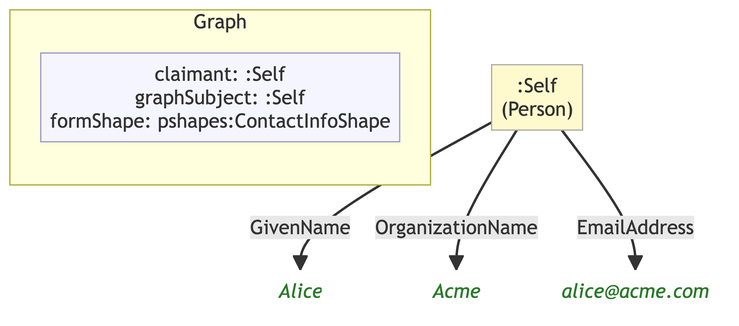
Before: example/graphs/images/graph-48.png, a diagram exported from Mermaid (MeeFoundation/mia-ontologies). Its source is kept beside it as example/graphs/images/graph-48.mmd. Its diagram source:
```mermaid
flowchart TD
    classDef person fill:#fffacd,stroke:#aaa,color:#333
    classDef org    fill:#cce5ff,stroke:#aaa,color:#333
    classDef service fill:#e6e6e6,stroke:#aaa,color:#333
    classDef lit    fill:none,stroke:none,font-style:italic,color:#2a7a2a
    classDef meta   fill:#f5f5ff,stroke:#9999cc,color:#333

    subgraph ctx["Graph"]
        direction LR
        ctx_meta["claimant: :Self\ngraphSubject: :Self\nformShape: pshapes:ContactInfoShape"]:::meta
    end

    n655e442e50be[":Self\n(Person)"]:::person
    n300a35fdca30("Alice"):::lit
    n44008885b434("Acme"):::lit
    n46a28bec9b2f("alice@acme.com"):::lit

    n655e442e50be -->|"GivenName"| n300a35fdca30
    n655e442e50be -->|"OrganizationName"| n44008885b434
    n655e442e50be -->|"EmailAddress"| n46a28bec9b2f
```
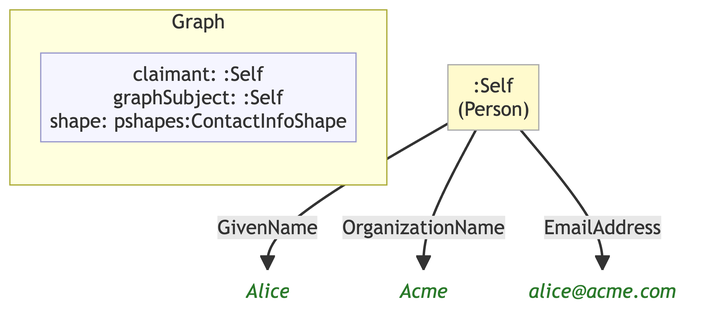
Above is the later version.

The edit, as a diff of the source:
```diff
@@ -7,14 +7,14 @@
 
     subgraph ctx["Graph"]
         direction LR
-        ctx_meta["claimant: :Self\ngraphSubject: :Self\nformShape: pshapes:ContactInfoShape"]:::meta
+        ctx_meta["claimant: :Self\ngraphSubject: :Self\nshape: pshapes:ContactInfoShape"]:::meta
     end
 
     n655e442e50be[":Self\n(Person)"]:::person
-    n300a35fdca30("Alice"):::lit
-    n44008885b434("Acme"):::lit
-    n46a28bec9b2f("alice@acme.com"):::lit
+    na47d9261e97b("Alice"):::lit
+    ne291d4ac7934("Acme"):::lit
+    ne3b8ca9780a5("alice@acme.com"):::lit
 
-    n655e442e50be -->|"GivenName"| n300a35fdca30
-    n655e442e50be -->|"OrganizationName"| n44008885b434
-    n655e442e50be -->|"EmailAddress"| n46a28bec9b2f
+    n655e442e50be -->|"GivenName"| na47d9261e97b
+    n655e442e50be -->|"OrganizationName"| ne291d4ac7934
+    n655e442e50be -->|"EmailAddress"| ne3b8ca9780a5
```
